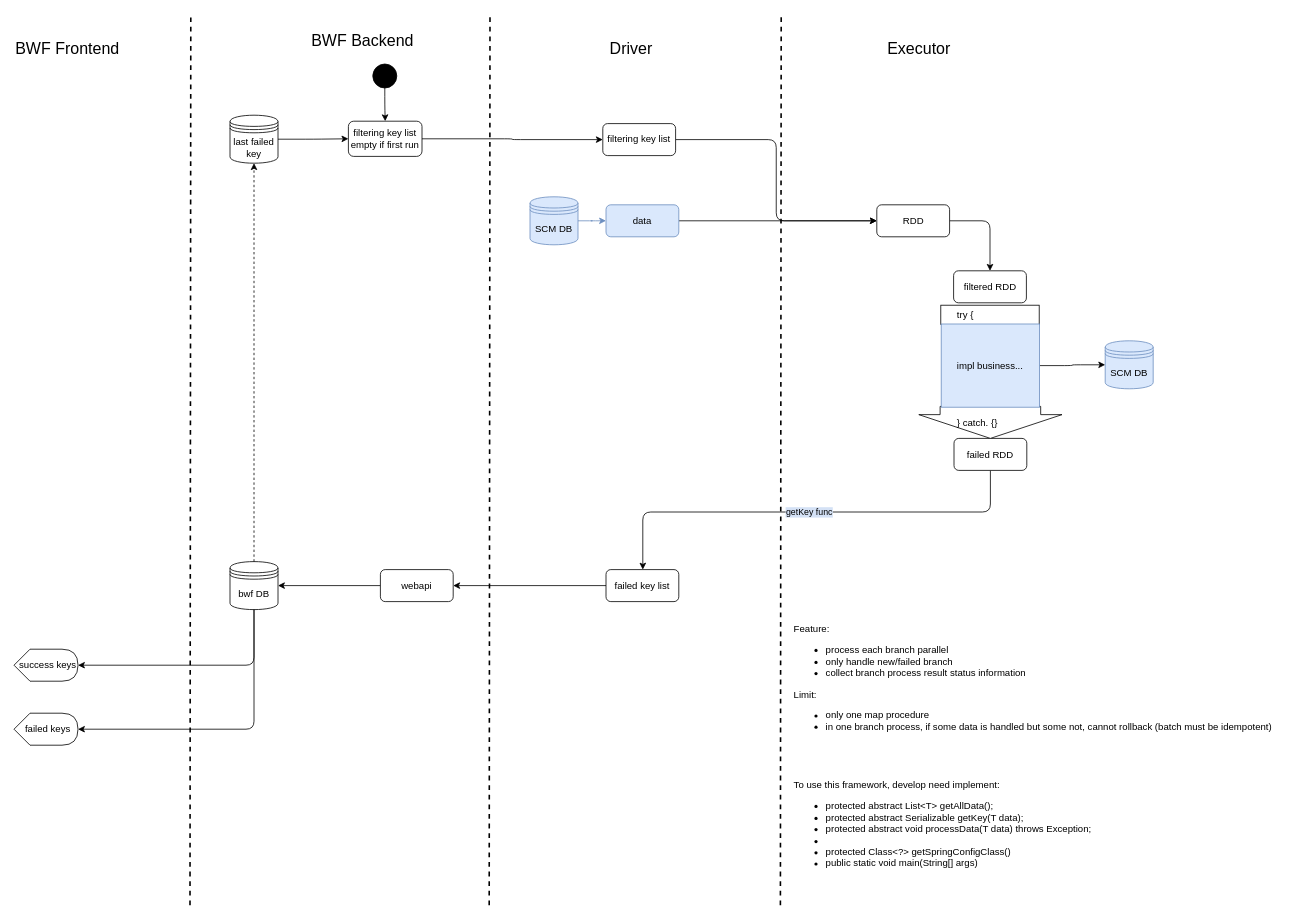
Before: bwf/Transactional spark batch framework.drawio in wzdxt/uml, a draw.io diagram. Source tidied: cells renumbered, new cells numbered last; positions are measured from the earlier drawing's top-left corner, leaving out a move shared by most shapes. Both pictures are drawn from the tidied source at 80%, with x=0, y=0 at pixel (14, 14).
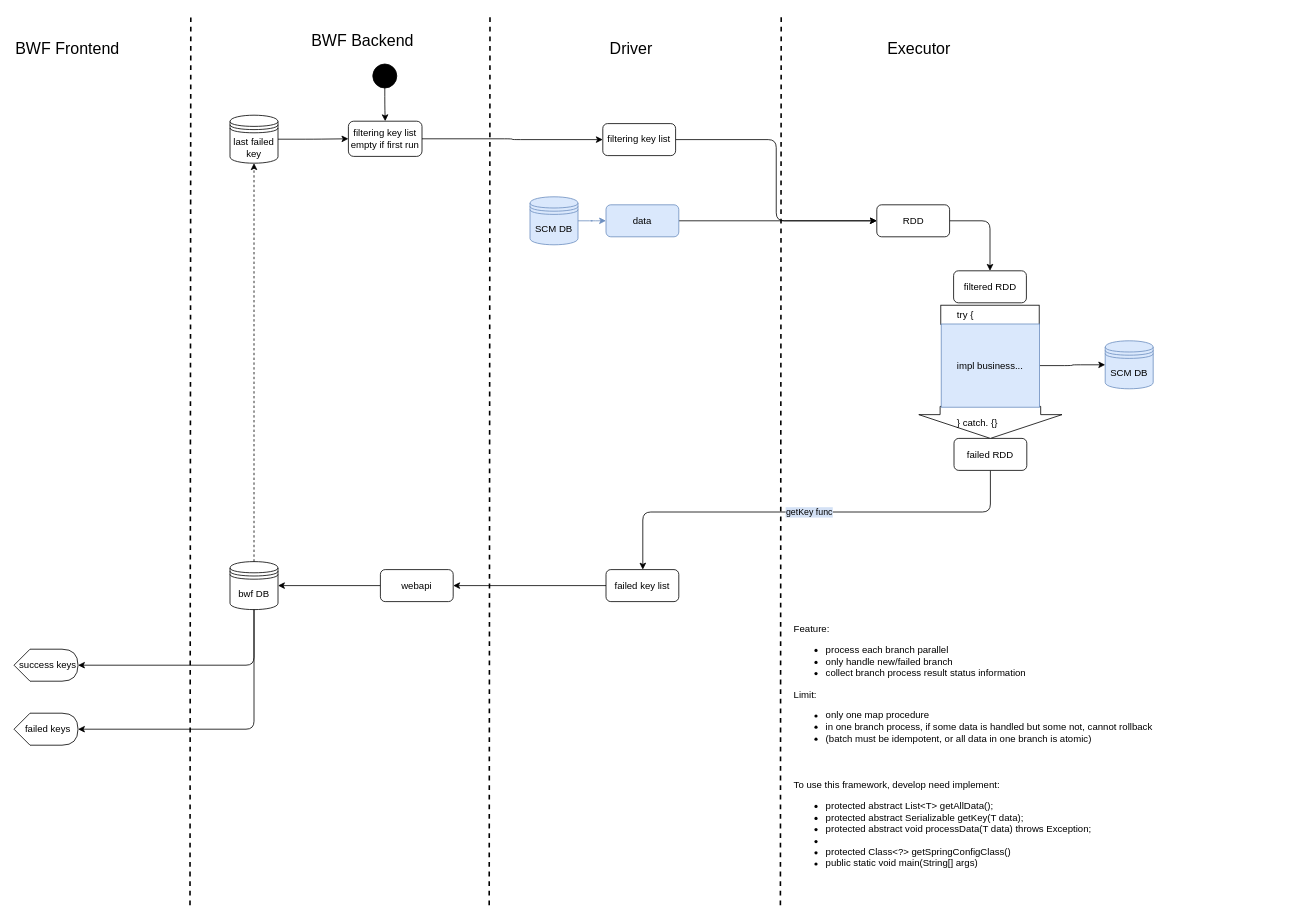
The same page after the edit.

What changed in the source:
```diff
@@
-    <mxCell id="41" value="Feature:&lt;br&gt;&lt;ul&gt;&lt;li&gt;process each branch parallel&lt;/li&gt;&lt;li&gt;only handle new/failed branch&lt;/li&gt;&lt;li&gt;collect branch process result status information&lt;/li&gt;&lt;/ul&gt;Limit:&lt;br&gt;&lt;ul&gt;&lt;li&gt;only one map procedure&lt;/li&gt;&lt;li&gt;in one branch process, if some data is handled but some not, cannot rollback (batch must be idempotent)&lt;/li&gt;&lt;/ul&gt;" style="text;html=1;align=left;verticalAlign=top;spacingTop=-4;" parent="1" vertex="1">
-      <mxGeometry x="973" y="758" width="610" height="150" as="geometry" />
+    <mxCell id="41" value="Feature:&lt;br&gt;&lt;ul&gt;&lt;li&gt;process each branch parallel&lt;/li&gt;&lt;li&gt;only handle new/failed branch&lt;/li&gt;&lt;li&gt;collect branch process result status information&lt;/li&gt;&lt;/ul&gt;Limit:&lt;br&gt;&lt;ul&gt;&lt;li&gt;only one map procedure&lt;/li&gt;&lt;li&gt;in one branch process, if some data is handled but some not, cannot rollback&lt;/li&gt;&lt;li&gt;(batch must be idempotent, or all data in one branch is atomic)&lt;/li&gt;&lt;/ul&gt;" style="text;html=1;align=left;verticalAlign=top;spacingTop=-4;" parent="1" vertex="1">
+      <mxGeometry x="973" y="758" width="460" height="160" as="geometry" />
     </mxCell>
```
